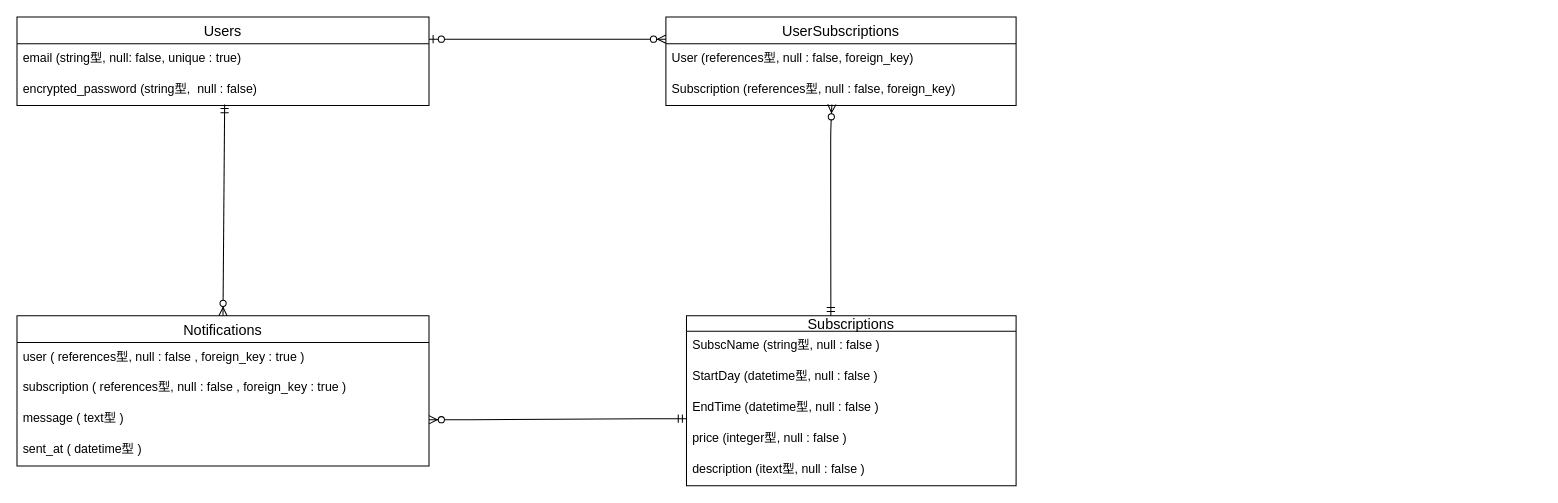
The draw.io diagram SubscTimeLy.dio in koukikubo/-SubscTimeLy, before the edit. Source tidied: cells renumbered, new cells numbered last; positions are measured from the earlier drawing's top-left corner, leaving out a move shared by most shapes. Both pictures are drawn from the tidied source at 103%, with x=0, y=0 at pixel (16, 16).
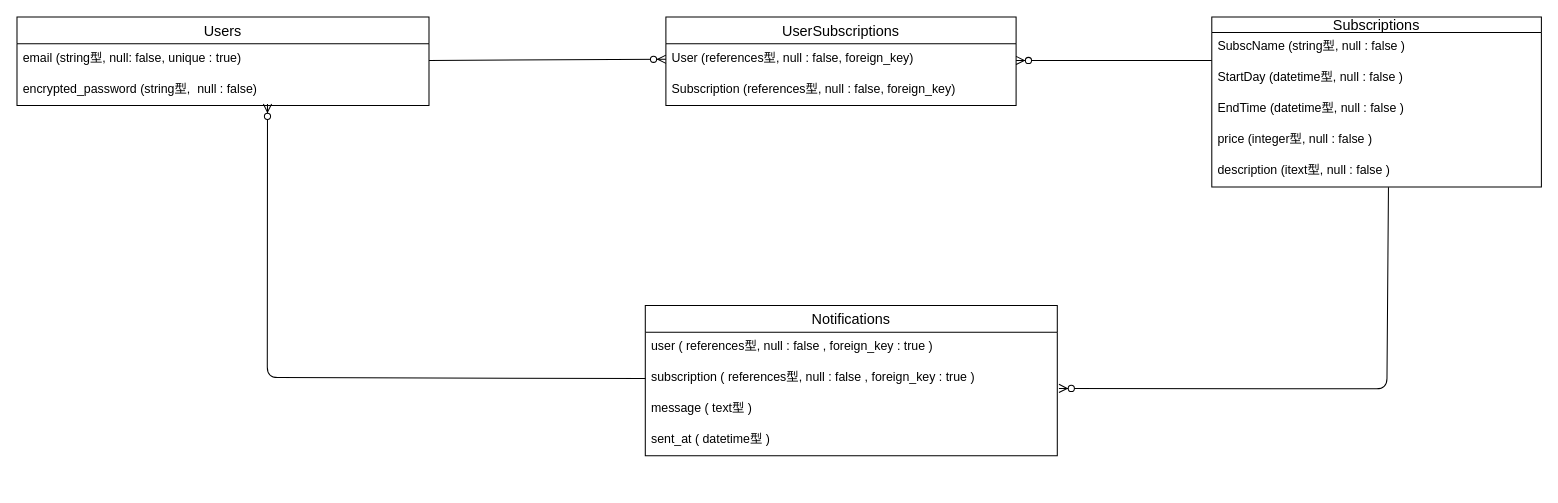
The same diagram, later.

The change refers to these unchanged cells:
```xml
<mxCell id="2" value="Users" style="swimlane;fontStyle=0;horizontal=1;startSize=26;align=center;fontSize=14;" parent="1" vertex="1">
  <mxGeometry width="400" height="86" as="geometry" />
</mxCell>
<mxCell id="4" value="encrypted_password (string型,  null : false)&#10;" style="text;strokeColor=none;fillColor=none;spacingLeft=4;spacingRight=4;overflow=hidden;points=[[0,0.5],[1,0.5]];portConstraint=eastwest;fontSize=12;" parent="2" vertex="1">
  <mxGeometry y="56" width="400" height="30" as="geometry" />
</mxCell>
<mxCell id="5" value="UserSubscriptions" style="swimlane;fontStyle=0;horizontal=1;startSize=26;align=center;fontSize=14;" parent="1" vertex="1">
  <mxGeometry x="630" width="340" height="86" as="geometry" />
</mxCell>
<mxCell id="6" value="User (references型, null : false, foreign_key)" style="text;strokeColor=none;fillColor=none;spacingLeft=4;spacingRight=4;overflow=hidden;points=[[0,0.5],[1,0.5]];portConstraint=eastwest;fontSize=12;" parent="5" vertex="1">
  <mxGeometry y="26" width="340" height="30" as="geometry" />
</mxCell>
<mxCell id="7" value="Subscription (references型, null : false, foreign_key)" style="text;strokeColor=none;fillColor=none;spacingLeft=4;spacingRight=4;overflow=hidden;points=[[0,0.5],[1,0.5]];portConstraint=eastwest;fontSize=12;" parent="5" vertex="1">
  <mxGeometry y="56" width="340" height="30" as="geometry" />
</mxCell>
<mxCell id="11" value="EndTime (datetime型, null : false )" style="text;strokeColor=none;fillColor=none;spacingLeft=4;spacingRight=4;overflow=hidden;points=[[0,0.5],[1,0.5]];portConstraint=eastwest;fontSize=12;" parent="8" vertex="1">
  <mxGeometry y="75" width="320" height="30" as="geometry" />
</mxCell>
<mxCell id="13" value="description (itext型, null : false )" style="text;strokeColor=none;fillColor=none;spacingLeft=4;spacingRight=4;overflow=hidden;points=[[0,0.5],[1,0.5]];portConstraint=eastwest;fontSize=12;" parent="8" vertex="1">
  <mxGeometry y="135" width="320" height="30" as="geometry" />
</mxCell>
<mxCell id="16" value="subscription ( references型, null : false , foreign_key : true )" style="text;strokeColor=none;fillColor=none;spacingLeft=4;spacingRight=4;overflow=hidden;points=[[0,0.5],[1,0.5]];portConstraint=eastwest;fontSize=12;" parent="14" vertex="1">
  <mxGeometry y="56" width="400" height="30" as="geometry" />
</mxCell>
<mxCell id="17" value="message ( text型 )&#10;" style="text;strokeColor=none;fillColor=none;spacingLeft=4;spacingRight=4;overflow=hidden;points=[[0,0.5],[1,0.5]];portConstraint=eastwest;fontSize=12;" parent="14" vertex="1">
  <mxGeometry y="86" width="400" height="30" as="geometry" />
</mxCell>
```

Change to the diagram source:
```diff
@@
     <mxCell id="8" value="Subscriptions" style="swimlane;fontStyle=0;horizontal=1;startSize=15;align=center;fontSize=14;" parent="1" vertex="1">
-      <mxGeometry x="650" y="290" width="320" height="165" as="geometry" />
+      <mxGeometry x="1160" width="320" height="165" as="geometry" />
     </mxCell>
@@
     <mxCell id="14" value="Notifications" style="swimlane;fontStyle=0;horizontal=1;startSize=26;align=center;fontSize=14;" parent="1" vertex="1">
-      <mxGeometry y="290" width="400" height="146" as="geometry" />
+      <mxGeometry x="610" y="280" width="400" height="146" as="geometry" />
     </mxCell>
@@
-    <mxCell id="19" style="edgeStyle=entityRelationEdgeStyle;fontSize=12;html=1;endArrow=ERzeroToMany;startArrow=ERzeroToOne;entryX=0;entryY=0.25;entryDx=0;entryDy=0;exitX=1;exitY=0.25;exitDx=0;exitDy=0;" parent="1" edge="1" source="2" target="5">
-      <mxGeometry relative="1" as="geometry" />
-    </mxCell>
-    <mxCell id="20" style="fontSize=12;html=1;endArrow=ERzeroToMany;startArrow=ERmandOne;exitX=0.438;exitY=0;exitDx=0;exitDy=0;exitPerimeter=0;entryX=0.474;entryY=0.963;entryDx=0;entryDy=0;entryPerimeter=0;" parent="1" edge="1" source="8" target="7">
-      <mxGeometry relative="1" as="geometry">
-        <Array as="points">
-          <mxPoint x="790" y="150" />
-          <mxPoint x="790" y="110" />
-        </Array>
-      </mxGeometry>
-    </mxCell>
-    <mxCell id="21" style="fontSize=12;html=1;endArrow=ERzeroToMany;startArrow=ERmandOne;entryX=0.5;entryY=0;entryDx=0;entryDy=0;exitX=0.504;exitY=0.963;exitDx=0;exitDy=0;exitPerimeter=0;" parent="1" edge="1" source="4" target="14">
-      <mxGeometry relative="1" as="geometry" />
-    </mxCell>
-    <mxCell id="22" style="edgeStyle=entityRelationEdgeStyle;fontSize=12;html=1;endArrow=ERzeroToMany;startArrow=ERmandOne;exitX=0;exitY=0.833;exitDx=0;exitDy=0;exitPerimeter=0;" parent="1" edge="1" source="11" target="17">
-      <mxGeometry relative="1" as="geometry" />
-    </mxCell>
+    <mxCell id="23" style="fontSize=12;html=1;endArrow=ERzeroToMany;endFill=1;entryX=0;entryY=0.5;entryDx=0;entryDy=0;" parent="1" edge="1" target="6">
+      <mxGeometry relative="1" as="geometry">
+        <mxPoint x="400" y="42.2" as="sourcePoint" />
+      </mxGeometry>
+    </mxCell>
+    <mxCell id="24" style="fontSize=12;html=1;endArrow=ERzeroToMany;endFill=1;" parent="1" edge="1">
+      <mxGeometry relative="1" as="geometry">
+        <mxPoint x="1160" y="42.2" as="sourcePoint" />
+        <mxPoint x="970" y="42.2" as="targetPoint" />
+      </mxGeometry>
+    </mxCell>
+    <mxCell id="25" style="fontSize=12;html=1;endArrow=ERzeroToMany;endFill=1;entryX=0.608;entryY=0.948;entryDx=0;entryDy=0;entryPerimeter=0;exitX=0;exitY=0.5;exitDx=0;exitDy=0;" parent="1" edge="1" source="16" target="4">
+      <mxGeometry relative="1" as="geometry">
+        <Array as="points">
+          <mxPoint x="243" y="350" />
+        </Array>
+      </mxGeometry>
+    </mxCell>
+    <mxCell id="26" style="fontSize=12;html=1;endArrow=ERzeroToMany;endFill=1;entryX=1.004;entryY=-0.18;entryDx=0;entryDy=0;entryPerimeter=0;exitX=0.536;exitY=1.007;exitDx=0;exitDy=0;exitPerimeter=0;" parent="1" edge="1" source="13" target="17">
+      <mxGeometry relative="1" as="geometry">
+        <Array as="points">
+          <mxPoint x="1330" y="361" />
+        </Array>
+      </mxGeometry>
+    </mxCell>
```
